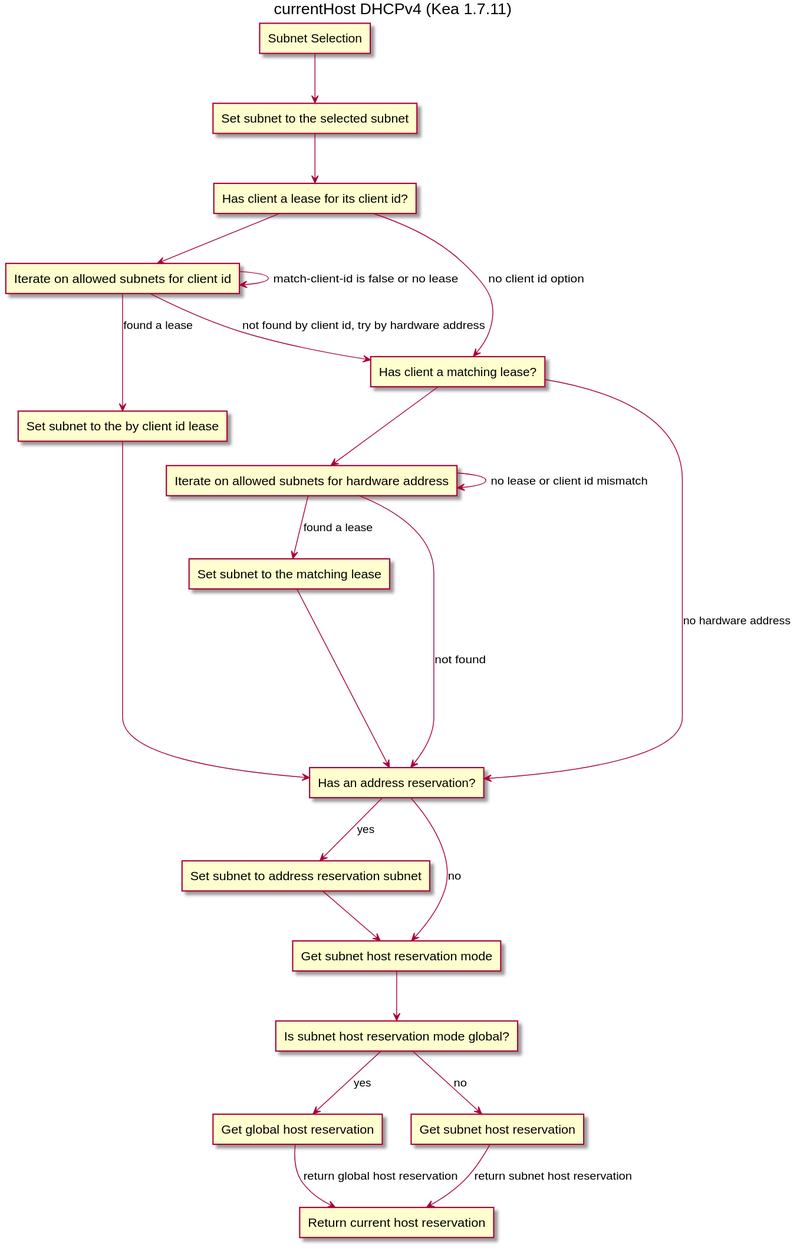
This is doc/devel/images/currentHost4.svg from isc-projects/kea, a PlantUML export, as it was before one commit.
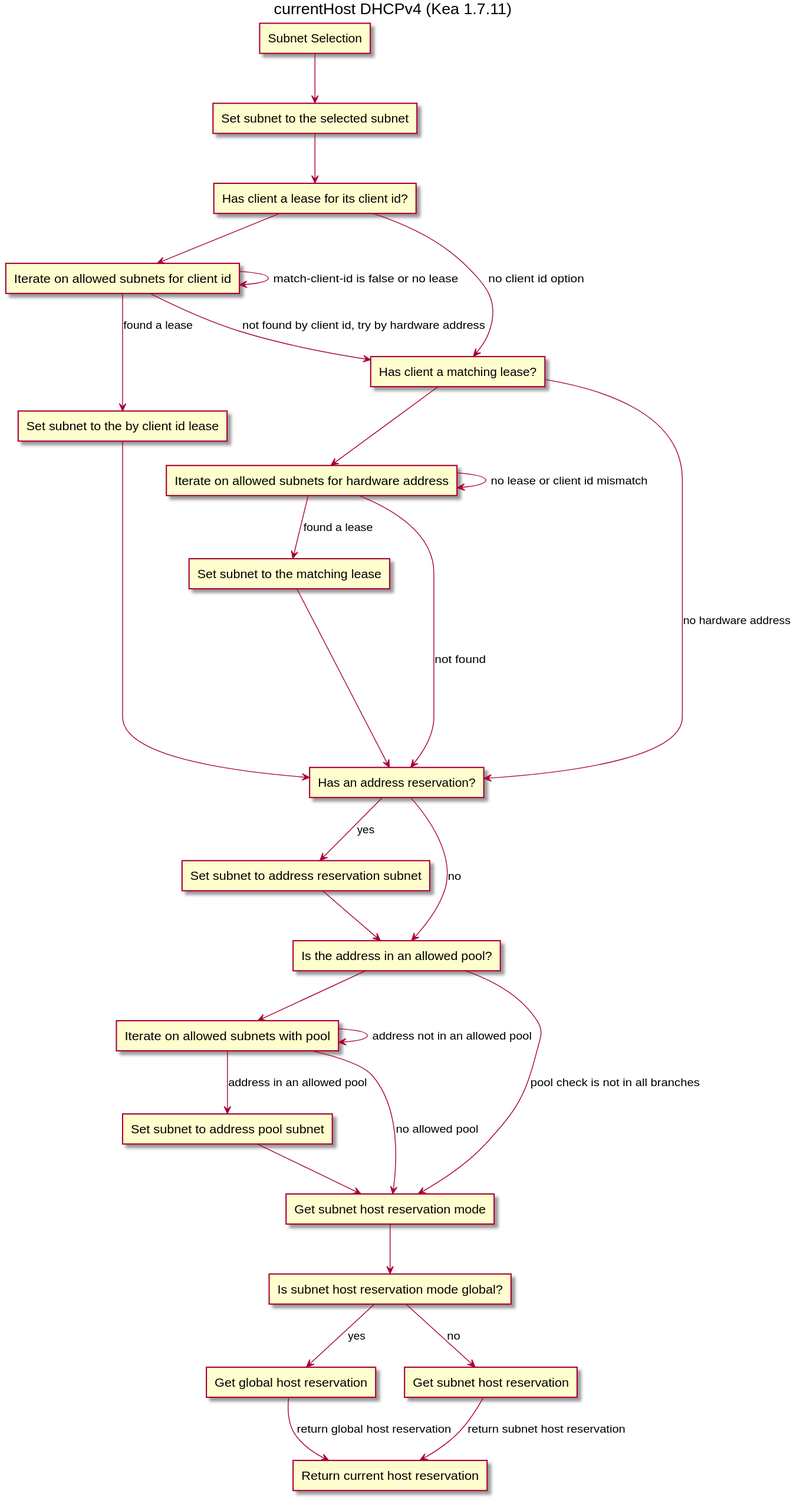
The same file after the commit.

Commit message:
[#1329] Added pool setting subnet

Diff of the diagram source:
```diff
@@ -21,6 +21,12 @@
 agent "Has an address reservation?" as hasAddressReservation
 
 agent "Set subnet to address reservation subnet" as setAddressReservation
+
+agent "Is the address in an allowed pool?" as pool
+
+agent "Iterate on allowed subnets with pool" as pool_iterate
+
+agent "Set subnet to address pool subnet" as inAllowedPool
 
 agent "Get subnet host reservation mode" as getHRmode
 
@@ -47,8 +53,14 @@
 found_hwaddr ----> hasAddressReservation
 hwaddr_iterate --> hasAddressReservation : not found
 hasAddressReservation --> setAddressReservation : yes
-hasAddressReservation --> getHRmode : no
-setAddressReservation --> getHRmode
+hasAddressReservation --> pool : no
+setAddressReservation --> pool
+pool --> pool_iterate
+pool ---> getHRmode : pool check is not in all branches
+pool_iterate -> pool_iterate : address not in an allowed pool
+pool_iterate --> inAllowedPool : address in an allowed pool
+pool_iterate ---> getHRmode : no allowed pool
+inAllowedPool --> getHRmode
 getHRmode --> checkHRmode
 checkHRmode --> global : yes
 checkHRmode --> bySubnet : no
```
